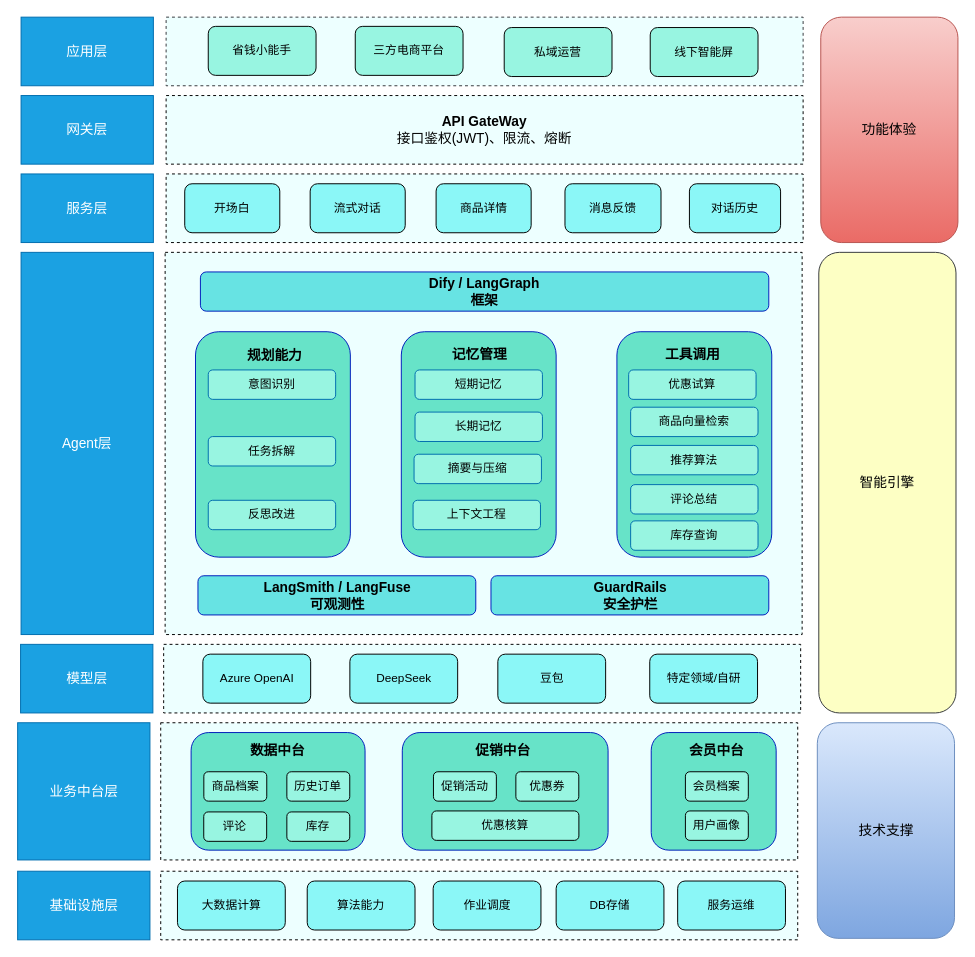
This is engineering/架构设计/省钱小能手-智能导购架构设计图.drawio from Wanke15/wanke15.github.io, a draw.io file, before an edit. Source tidied: cells renumbered, new cells numbered last; positions are measured from the earlier drawing's top-left corner, leaving out a move shared by most shapes. Both pictures are drawn from the tidied source at 98%, with x=0, y=0 at pixel (17, 17).
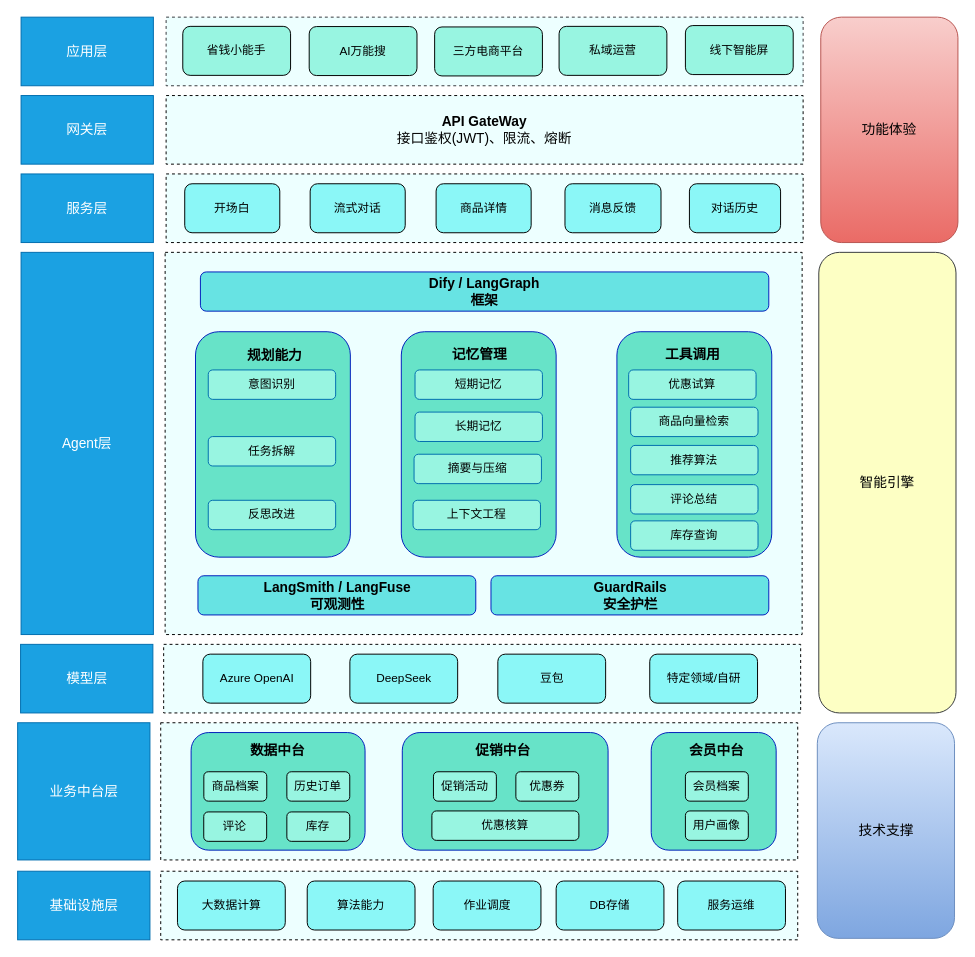
The same diagram, later.

Commit message:
更新省钱小能手-智能导购架构设计图.drawio

What changed in the source:
```diff
@@
     <mxCell id="13" value="省钱小能手" style="rounded=1;whiteSpace=wrap;html=1;fillColor=#98F5E1;" parent="1" vertex="1">
-      <mxGeometry x="195" y="9.4" width="110" height="50" as="geometry" />
+      <mxGeometry x="169" y="9.4" width="110" height="50" as="geometry" />
     </mxCell>
     <mxCell id="14" value="三方电商平台" style="rounded=1;whiteSpace=wrap;html=1;fillColor=#98F5E1;" parent="1" vertex="1">
-      <mxGeometry x="345" y="9.4" width="110" height="50" as="geometry" />
+      <mxGeometry x="426" y="10" width="110" height="50" as="geometry" />
     </mxCell>
     <mxCell id="15" value="线下智能屏" style="rounded=1;whiteSpace=wrap;html=1;fillColor=#98F5E1;" parent="1" vertex="1">
-      <mxGeometry x="646" y="10.6" width="110" height="50" as="geometry" />
+      <mxGeometry x="681.9" y="8.6" width="110" height="50" as="geometry" />
     </mxCell>
     <mxCell id="16" value="私域运营" style="rounded=1;whiteSpace=wrap;html=1;fillColor=#98F5E1;" parent="1" vertex="1">
-      <mxGeometry x="497" y="10.6" width="110" height="50" as="geometry" />
+      <mxGeometry x="553" y="9.4" width="110" height="50" as="geometry" />
     </mxCell>
@@
+    <mxCell id="73" value="AI万能搜" style="rounded=1;whiteSpace=wrap;html=1;fillColor=#98F5E1;" parent="1" vertex="1">
+      <mxGeometry x="298" y="9.6" width="110" height="50" as="geometry" />
+    </mxCell>
```
